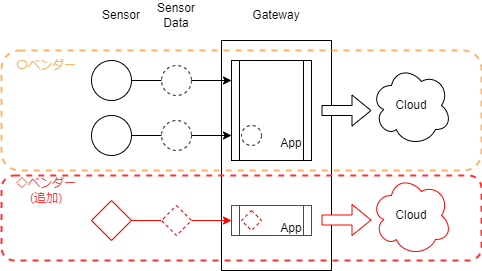
The draw.io diagram docs/intro/before_standization.drawio.png in data-container-for-wearable-sensor/StartGuide, before a commit. Source tidied: cells renumbered, new cells last; positions are measured from the earlier drawing's top-left corner, leaving out a move shared by most shapes.
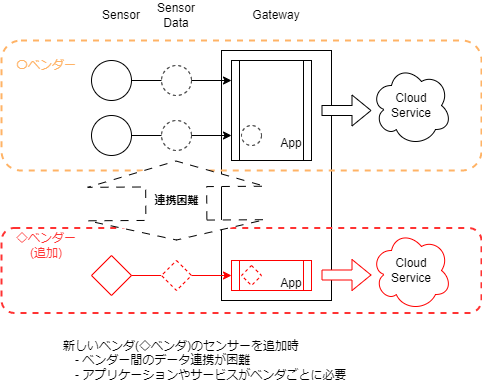
The same diagram one commit later.

The edit, as a diff of the source:
```diff
@@ -9,15 +9,15 @@
       <mxGeometry x="90" y="60" width="40" height="40" as="geometry" />
     </mxCell>
     <mxCell id="4" style="rhombus;whiteSpace=wrap;html=1;strokeColor=#FF0000;" parent="1" vertex="1">
-      <mxGeometry x="90" y="200" width="40" height="40" as="geometry" />
+      <mxGeometry x="90" y="255" width="40" height="40" as="geometry" />
     </mxCell>
     <mxCell id="5" value="Sensor" style="text;html=1;strokeColor=none;fillColor=none;align=center;verticalAlign=middle;whiteSpace=wrap;rounded=0;" parent="1" vertex="1">
       <mxGeometry x="90" width="60" height="30" as="geometry" />
     </mxCell>
     <mxCell id="6" style="rounded=0;whiteSpace=wrap;html=1;verticalAlign=top;" parent="1" vertex="1">
-      <mxGeometry x="220" y="40" width="110" height="230" as="geometry" />
+      <mxGeometry x="220" y="50" width="110" height="250" as="geometry" />
     </mxCell>
-    <mxCell id="7" value="Cloud" style="ellipse;shape=cloud;whiteSpace=wrap;html=1;" parent="1" vertex="1">
+    <mxCell id="7" value="Cloud&lt;br&gt;Service" style="ellipse;shape=cloud;whiteSpace=wrap;html=1;" parent="1" vertex="1">
       <mxGeometry x="370" y="65" width="80" height="80" as="geometry" />
     </mxCell>
     <mxCell id="8" style="edgeStyle=none;html=1;endArrow=none;" parent="1" edge="1" source="3">
@@ -38,7 +38,7 @@
       <mxGeometry relative="1" as="geometry" />
     </mxCell>
     <mxCell id="13" style="rhombus;whiteSpace=wrap;html=1;dashed=1;strokeColor=#FF0000;" parent="1" vertex="1">
-      <mxGeometry x="160" y="205" width="30" height="30" as="geometry" />
+      <mxGeometry x="160" y="260" width="30" height="30" as="geometry" />
     </mxCell>
     <mxCell id="14" value="Sensor&lt;br&gt;Data" style="text;html=1;strokeColor=none;fillColor=none;align=center;verticalAlign=middle;whiteSpace=wrap;rounded=0;" parent="1" vertex="1">
       <mxGeometry x="145" width="60" height="30" as="geometry" />
@@ -50,16 +50,16 @@
       <mxGeometry x="240" y="125" width="20" height="20" as="geometry" />
     </mxCell>
     <mxCell id="17" style="shape=process;whiteSpace=wrap;html=1;backgroundOutline=1;fillStyle=auto;fillColor=none;gradientColor=none;gradientDirection=east;strokeColor=#FF0000;" parent="1" vertex="1">
-      <mxGeometry x="230" y="205" width="80" height="30" as="geometry" />
+      <mxGeometry x="230" y="260" width="80" height="30" as="geometry" />
     </mxCell>
     <mxCell id="18" style="rhombus;whiteSpace=wrap;html=1;dashed=1;strokeColor=#FF0000;" parent="1" vertex="1">
-      <mxGeometry x="240" y="210" width="20" height="20" as="geometry" />
+      <mxGeometry x="240" y="265" width="20" height="20" as="geometry" />
     </mxCell>
     <mxCell id="19" value="App" style="text;html=1;strokeColor=none;fillColor=none;align=center;verticalAlign=middle;whiteSpace=wrap;rounded=0;" parent="1" vertex="1">
       <mxGeometry x="270" y="135" width="40" height="15" as="geometry" />
     </mxCell>
     <mxCell id="20" value="App" style="text;html=1;strokeColor=none;fillColor=none;align=center;verticalAlign=middle;whiteSpace=wrap;rounded=0;" parent="1" vertex="1">
-      <mxGeometry x="270" y="220" width="40" height="15" as="geometry" />
+      <mxGeometry x="270" y="275" width="40" height="15" as="geometry" />
     </mxCell>
     <mxCell id="21" style="shape=flexArrow;endArrow=classic;html=1;fillColor=default;" parent="1" edge="1">
       <mxGeometry relative="1" as="geometry">
@@ -67,13 +67,13 @@
         <mxPoint x="370" y="110" as="targetPoint" />
       </mxGeometry>
     </mxCell>
-    <mxCell id="22" value="Cloud" style="ellipse;shape=cloud;whiteSpace=wrap;html=1;strokeColor=#FF0000;" parent="1" vertex="1">
-      <mxGeometry x="370" y="175" width="80" height="80" as="geometry" />
+    <mxCell id="22" value="Cloud&lt;br&gt;Service" style="ellipse;shape=cloud;whiteSpace=wrap;html=1;strokeColor=#FF0000;" parent="1" vertex="1">
+      <mxGeometry x="370" y="230" width="80" height="80" as="geometry" />
     </mxCell>
     <mxCell id="23" style="shape=flexArrow;endArrow=classic;html=1;strokeColor=#FF0000;fillColor=default;" parent="1" edge="1">
       <mxGeometry relative="1" as="geometry">
-        <mxPoint x="320" y="219.5" as="sourcePoint" />
-        <mxPoint x="370" y="219.5" as="targetPoint" />
+        <mxPoint x="320" y="274.5" as="sourcePoint" />
+        <mxPoint x="370" y="274.5" as="targetPoint" />
       </mxGeometry>
     </mxCell>
     <mxCell id="24" style="edgeStyle=none;html=1;entryX=0;entryY=0.5;entryDx=0;entryDy=0;startArrow=none;strokeColor=#FF0000;" parent="1" edge="1" source="13" target="17">
@@ -91,16 +91,25 @@
       <mxGeometry x="245" width="60" height="30" as="geometry" />
     </mxCell>
     <mxCell id="28" style="rounded=1;whiteSpace=wrap;html=1;strokeColor=#FFB366;fillColor=none;shadow=0;glass=0;dashed=1;strokeWidth=2;" parent="1" vertex="1">
-      <mxGeometry y="50" width="480" height="120" as="geometry" />
+      <mxGeometry y="40" width="480" height="130" as="geometry" />
     </mxCell>
     <mxCell id="29" value="〇ベンダー" style="text;html=1;strokeColor=none;fillColor=none;align=center;verticalAlign=middle;whiteSpace=wrap;rounded=0;fontColor=#FFB366;" parent="1" vertex="1">
       <mxGeometry x="10" y="50" width="70" height="30" as="geometry" />
     </mxCell>
     <mxCell id="30" style="rounded=1;whiteSpace=wrap;html=1;strokeColor=#FF3333;fillColor=none;shadow=0;glass=0;dashed=1;strokeWidth=2;" parent="1" vertex="1">
-      <mxGeometry y="175" width="480" height="85" as="geometry" />
+      <mxGeometry y="227.5" width="480" height="85" as="geometry" />
     </mxCell>
     <mxCell id="31" value="◇ベンダー (追加)" style="text;html=1;strokeColor=none;fillColor=none;align=center;verticalAlign=middle;whiteSpace=wrap;rounded=0;fontColor=#FF3333;" parent="1" vertex="1">
-      <mxGeometry x="10" y="175" width="70" height="30" as="geometry" />
+      <mxGeometry x="10" y="230" width="70" height="30" as="geometry" />
     </mxCell>
+    <mxCell id="32" value="新しいベンダ(◇ベンダ)のセンサーを追加時&lt;br&gt;　- ベンダー間のデータ連携が困難&lt;br&gt;　- アプリケーションやサービスがベンダごとに必要" style="text;html=1;strokeColor=none;fillColor=none;align=left;verticalAlign=middle;whiteSpace=wrap;rounded=0;" parent="1" vertex="1">
+      <mxGeometry x="60" y="335" width="380" height="50" as="geometry" />
+    </mxCell>
+    <mxCell id="33" value="連携困難" style="shape=flexArrow;endArrow=classic;startArrow=classic;html=1;startWidth=115;startSize=6.25;endWidth=115;endSize=8.26;width=61;labelBackgroundColor=#FFFFFF;fillColor=default;align=center;fontStyle=1;dashed=1;dashPattern=8 8;" parent="1" edge="1">
+      <mxGeometry relative="1" as="geometry">
+        <mxPoint x="175" y="240" as="sourcePoint" />
+        <mxPoint x="174.5" y="160" as="targetPoint" />
+      </mxGeometry>
+    </mxCell>
   </root>
 </mxGraphModel>
```
